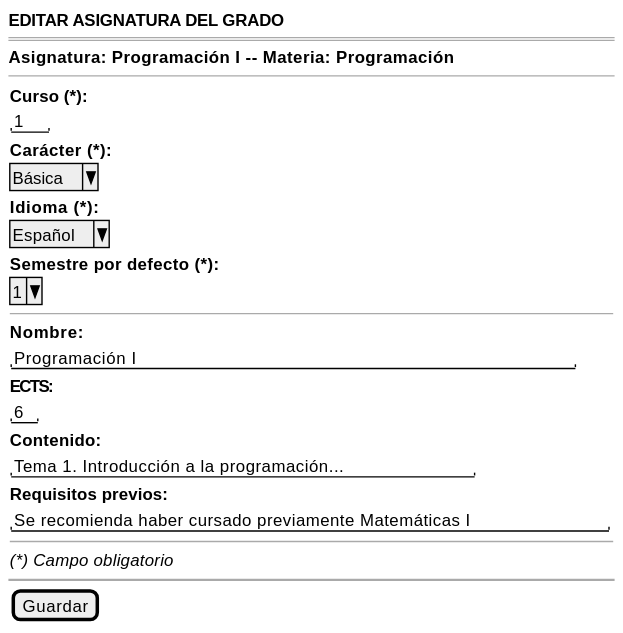
This is images/RUP/01-requisitos/03-detalle-casos-uso/editarAsignaturaPrograma/wireframe-completo.svg from mmasias/pyCeldaPublico, a PlantUML export, as it was before one commit.
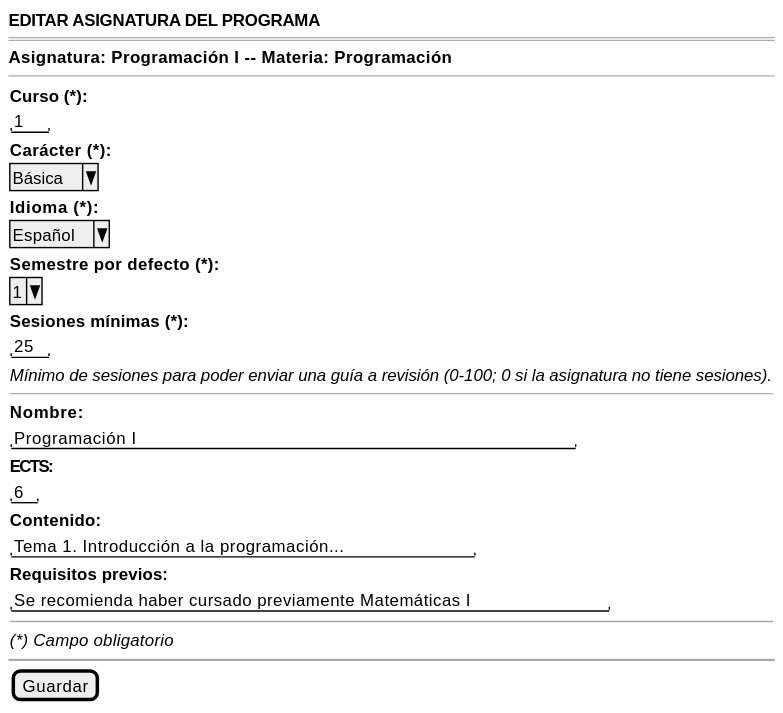
After the commit.

Change to the diagram source:
```diff
@@ -1,6 +1,6 @@
-@startsalt editarAsignaturaGrado-wireframe-completo
+@startsalt editarAsignaturaPrograma-wireframe-completo
 {
-    <b>EDITAR ASIGNATURA DEL GRADO</b>
+    <b>EDITAR ASIGNATURA DEL PROGRAMA</b>
     ====
     <b>Asignatura: Programación I -- Materia: Programación</b>
     --
@@ -13,6 +13,9 @@
         ^Español^
         <b>Semestre por defecto (*):</b>
         ^1^
+        <b>Sesiones mínimas (*):</b>
+        "25 "
+        <i>Mínimo de sesiones para poder enviar una guía a revisión (0-100; 0 si la asignatura no tiene sesiones).</i>
         --
         <b>Nombre:</b>
         "Programación I                                    "
```
